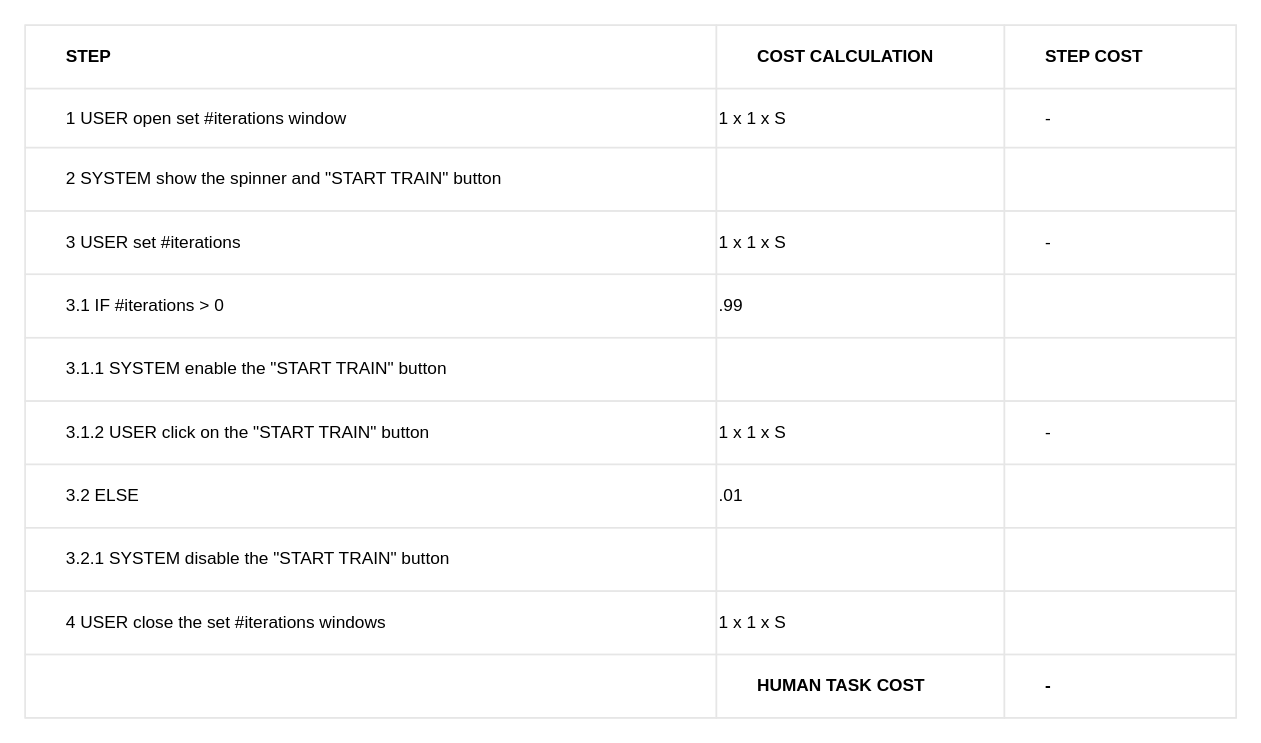
This is set_iteration_table.drawio from BaffoBello14/AutomaticDamagesRecognition, a draw.io file, before an edit. Source tidied: cells renumbered, new cells numbered last; positions are measured from the earlier drawing's top-left corner, leaving out a move shared by most shapes. Both pictures are drawn from the tidied source at 144%, with x=0, y=0 at pixel (24, 24).
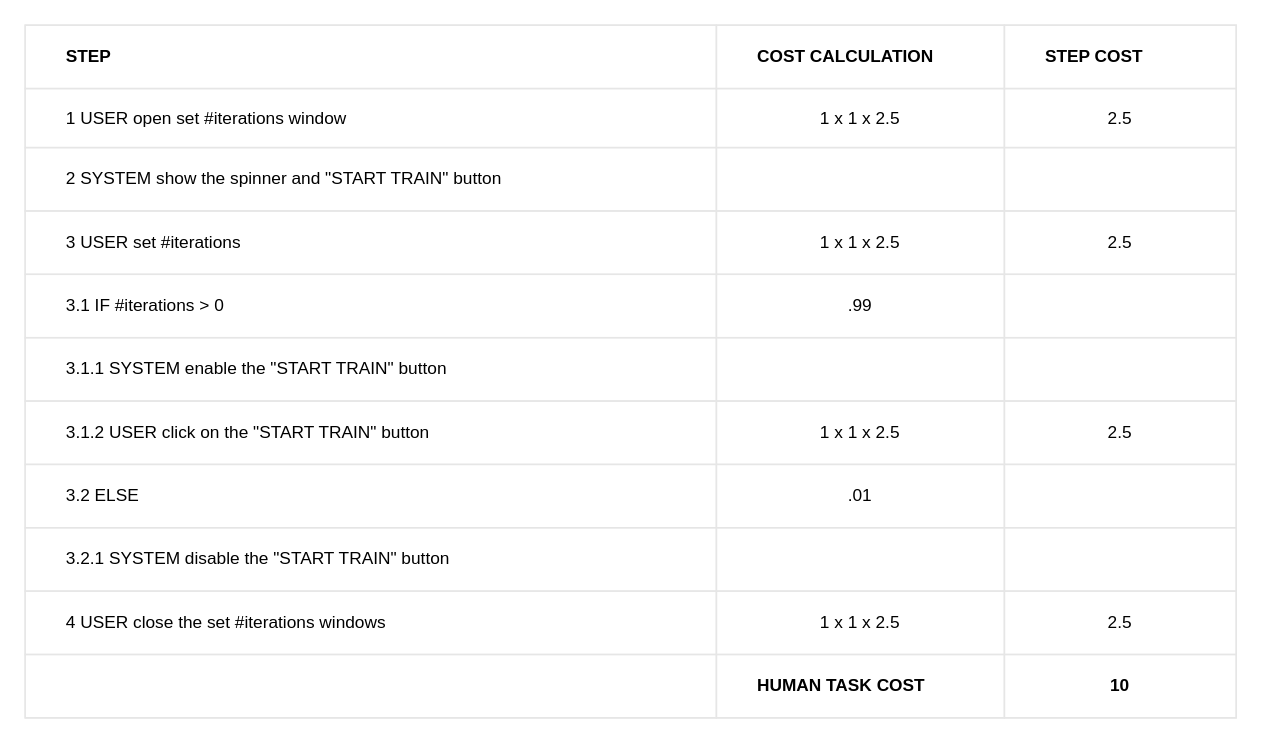
After the change.

The change refers to these unchanged cells:
```xml
<mxCell id="7" style="shape=tableRow;horizontal=0;startSize=0;swimlaneHead=0;swimlaneBody=0;top=0;left=0;bottom=0;right=0;fontStyle=0;fillColor=none;strokeColor=inherit;align=left;" parent="2" vertex="1">
  <mxGeometry y="44" width="841" height="41" as="geometry" />
</mxCell>
<mxCell id="15" style="shape=tableRow;horizontal=0;startSize=0;swimlaneHead=0;swimlaneBody=0;top=0;left=0;bottom=0;right=0;fontStyle=0;fillColor=none;strokeColor=inherit;" parent="2" vertex="1">
  <mxGeometry y="129" width="841" height="44" as="geometry" />
</mxCell>
<mxCell id="19" style="shape=tableRow;horizontal=0;startSize=0;swimlaneHead=0;swimlaneBody=0;top=0;left=0;bottom=0;right=0;fontStyle=0;fillColor=none;strokeColor=inherit;" parent="2" vertex="1">
  <mxGeometry y="173" width="841" height="44" as="geometry" />
</mxCell>
<mxCell id="27" style="shape=tableRow;horizontal=0;startSize=0;swimlaneHead=0;swimlaneBody=0;top=0;left=0;bottom=0;right=0;fontStyle=0;fillColor=none;strokeColor=inherit;" parent="2" vertex="1">
  <mxGeometry y="261" width="841" height="44" as="geometry" />
</mxCell>
<mxCell id="31" style="shape=tableRow;horizontal=0;startSize=0;swimlaneHead=0;swimlaneBody=0;top=0;left=0;bottom=0;right=0;fontStyle=0;fillColor=none;strokeColor=inherit;" parent="2" vertex="1">
  <mxGeometry y="305" width="841" height="44" as="geometry" />
</mxCell>
<mxCell id="39" style="shape=tableRow;horizontal=0;startSize=0;swimlaneHead=0;swimlaneBody=0;top=0;left=0;bottom=0;right=0;fontStyle=0;fillColor=none;strokeColor=inherit;" parent="2" vertex="1">
  <mxGeometry y="393" width="841" height="44" as="geometry" />
</mxCell>
<mxCell id="43" style="shape=tableRow;horizontal=0;startSize=0;swimlaneHead=0;swimlaneBody=0;top=0;left=0;bottom=0;right=0;fontStyle=0;fillColor=none;strokeColor=inherit;" parent="2" vertex="1">
  <mxGeometry y="437" width="841" height="44" as="geometry" />
</mxCell>
```

Diff of the diagram source:
```diff
@@
-    <mxCell id="9" value="1 x 1 x S" style="strokeColor=inherit;fillColor=none;align=left;whiteSpace=wrap;html=1;" parent="7" vertex="1">
+    <mxCell id="9" value="1 x 1 x 2.5" style="strokeColor=inherit;fillColor=none;align=center;whiteSpace=wrap;html=1;" parent="7" vertex="1">
       <mxGeometry x="480" width="200" height="41" as="geometry" />
     </mxCell>
-    <mxCell id="10" value="&lt;span style=&quot;white-space: pre;&quot;&gt;&#9;&lt;/span&gt;-" style="strokeColor=inherit;fillColor=none;align=left;whiteSpace=wrap;html=1;" parent="7" vertex="1">
+    <mxCell id="10" value="2.5" style="strokeColor=inherit;fillColor=none;align=center;whiteSpace=wrap;html=1;" parent="7" vertex="1">
       <mxGeometry x="680" width="161" height="41" as="geometry" />
     </mxCell>
@@
-    <mxCell id="17" value="1 x 1 x S" style="strokeColor=inherit;fillColor=none;align=left;whiteSpace=wrap;html=1;" parent="15" vertex="1">
+    <mxCell id="17" value="1 x 1 x 2.5" style="strokeColor=inherit;fillColor=none;align=center;whiteSpace=wrap;html=1;" parent="15" vertex="1">
       <mxGeometry x="480" width="200" height="44" as="geometry" />
     </mxCell>
-    <mxCell id="18" value="&#9;&lt;span style=&quot;white-space: pre;&quot;&gt;&#9;&lt;/span&gt;-" style="strokeColor=inherit;fillColor=none;align=left;whiteSpace=wrap;html=1;" parent="15" vertex="1">
+    <mxCell id="18" value="2.5" style="strokeColor=inherit;fillColor=none;align=center;whiteSpace=wrap;html=1;" parent="15" vertex="1">
       <mxGeometry x="680" width="161" height="44" as="geometry" />
     </mxCell>
@@
-    <mxCell id="21" value=".99" style="strokeColor=inherit;fillColor=none;align=left;whiteSpace=wrap;html=1;" parent="19" vertex="1">
+    <mxCell id="21" value=".99" style="strokeColor=inherit;fillColor=none;align=center;whiteSpace=wrap;html=1;" parent="19" vertex="1">
       <mxGeometry x="480" width="200" height="44" as="geometry" />
     </mxCell>
@@
-    <mxCell id="29" value="1 x 1 x S" style="strokeColor=inherit;fillColor=none;align=left;whiteSpace=wrap;html=1;" parent="27" vertex="1">
+    <mxCell id="29" value="1 x 1 x 2.5" style="strokeColor=inherit;fillColor=none;align=center;whiteSpace=wrap;html=1;" parent="27" vertex="1">
       <mxGeometry x="480" width="200" height="44" as="geometry" />
     </mxCell>
-    <mxCell id="30" value="&#9;&lt;span style=&quot;white-space: pre;&quot;&gt;&#9;&lt;/span&gt;-" style="strokeColor=inherit;fillColor=none;align=left;whiteSpace=wrap;html=1;" parent="27" vertex="1">
+    <mxCell id="30" value="2.5" style="strokeColor=inherit;fillColor=none;align=center;whiteSpace=wrap;html=1;" parent="27" vertex="1">
       <mxGeometry x="680" width="161" height="44" as="geometry" />
     </mxCell>
@@
-    <mxCell id="33" value=".01" style="strokeColor=inherit;fillColor=none;align=left;whiteSpace=wrap;html=1;" parent="31" vertex="1">
+    <mxCell id="33" value=".01" style="strokeColor=inherit;fillColor=none;align=center;whiteSpace=wrap;html=1;" parent="31" vertex="1">
       <mxGeometry x="480" width="200" height="44" as="geometry" />
     </mxCell>
@@
-    <mxCell id="41" value="1 x 1 x S" style="strokeColor=inherit;fillColor=none;align=left;whiteSpace=wrap;html=1;" parent="39" vertex="1">
+    <mxCell id="41" value="1 x 1 x 2.5" style="strokeColor=inherit;fillColor=none;align=center;whiteSpace=wrap;html=1;" parent="39" vertex="1">
       <mxGeometry x="480" width="200" height="44" as="geometry" />
     </mxCell>
-    <mxCell id="42" style="strokeColor=inherit;fillColor=none;align=left;whiteSpace=wrap;html=1;" parent="39" vertex="1">
+    <mxCell id="42" value="2.5" style="strokeColor=inherit;fillColor=none;align=center;whiteSpace=wrap;html=1;" parent="39" vertex="1">
       <mxGeometry x="680" width="161" height="44" as="geometry" />
     </mxCell>
@@
-    <mxCell id="46" value="&#9;&lt;span style=&quot;font-weight: 700;&quot;&gt;&lt;span style=&quot;white-space: pre;&quot;&gt;&#9;&lt;/span&gt;-&lt;/span&gt;" style="strokeColor=inherit;fillColor=none;align=left;whiteSpace=wrap;html=1;" parent="43" vertex="1">
+    <mxCell id="46" value="&lt;b&gt;10&lt;/b&gt;" style="strokeColor=inherit;fillColor=none;align=center;whiteSpace=wrap;html=1;" parent="43" vertex="1">
       <mxGeometry x="680" width="161" height="44" as="geometry" />
     </mxCell>
```
